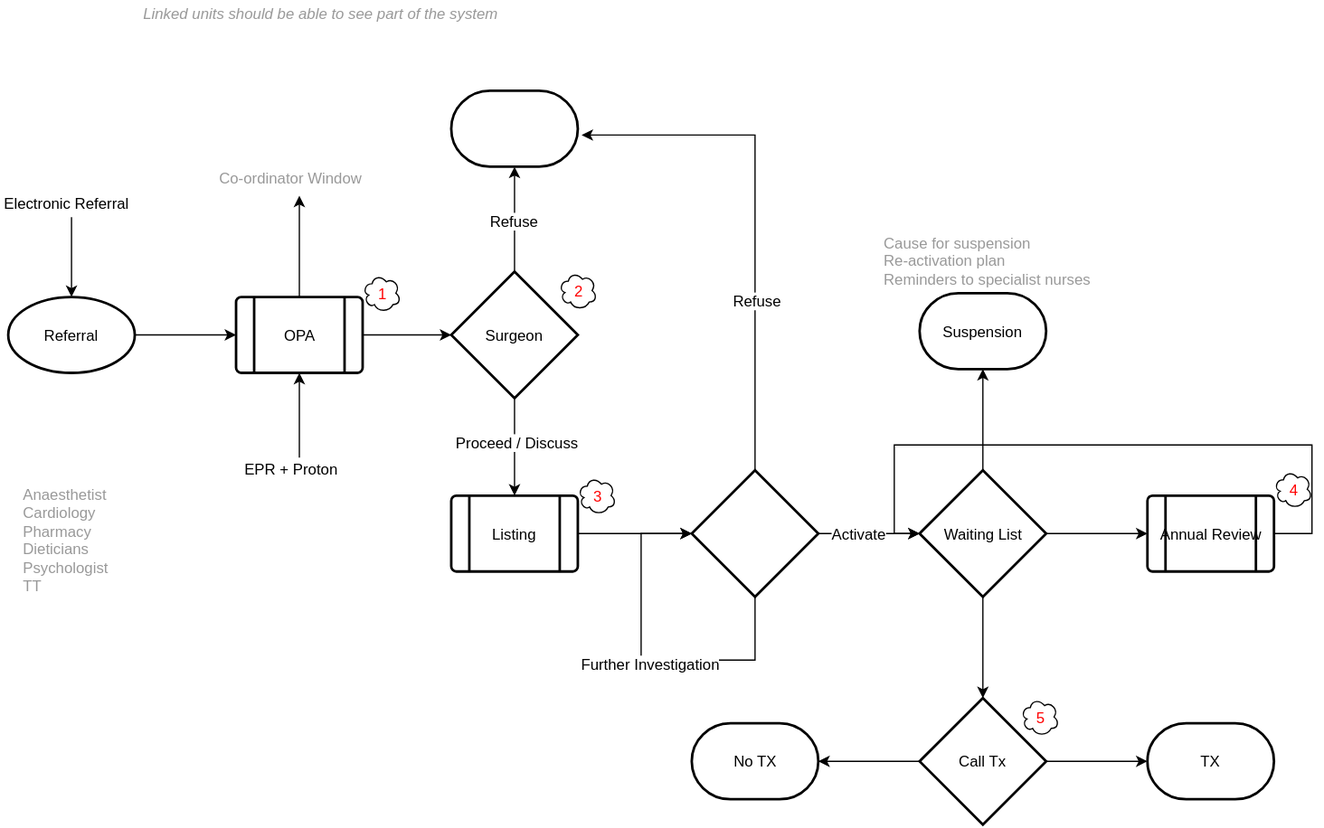
Earlier version of the draw.io export docs/_static/transplant_epr/iq_requirements/IQ_Diagram1.svg (ouhft/diakonia-open). Source tidied: cells renumbered, new cells last; positions are measured from the earlier drawing's top-left corner, leaving out a move shared by most shapes.
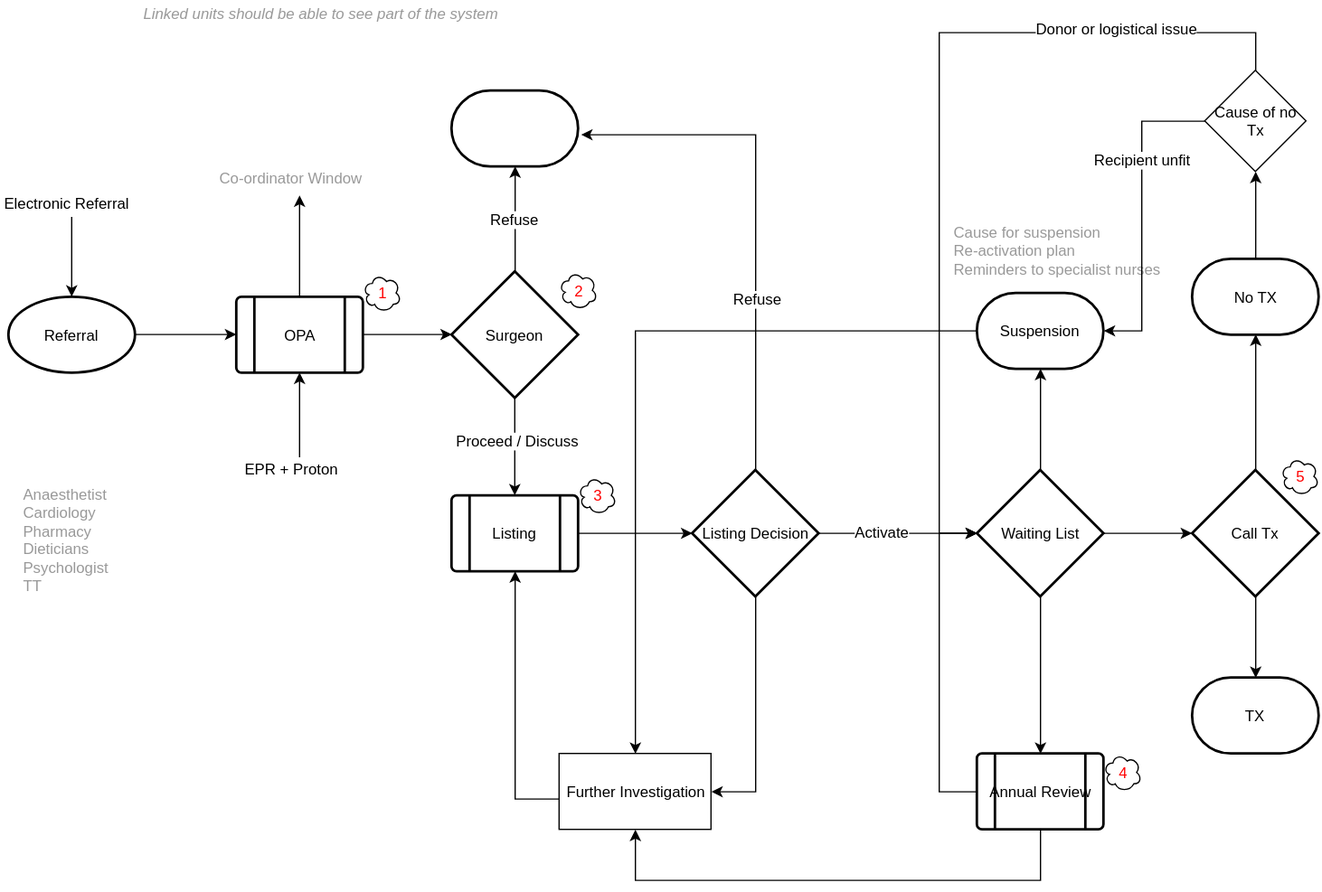
The same file after the commit.

The edit, as a diff of the source:
```diff
@@ -53,47 +53,47 @@
     <mxCell id="16" value="Refuse" style="text;html=1;align=center;verticalAlign=middle;labelBackgroundColor=#ffffff;" parent="15" vertex="1">
       <mxGeometry x="-0.33" y="-1" relative="1" as="geometry" />
     </mxCell>
-    <mxCell id="17" style="edgeStyle=orthogonalEdgeStyle;rounded=0;html=1;jettySize=auto;orthogonalLoop=1;entryX=0;entryY=0.5;entryPerimeter=0;" parent="1" edge="1" source="21" target="21">
+    <mxCell id="17" style="edgeStyle=orthogonalEdgeStyle;rounded=0;html=1;jettySize=auto;entryX=1;entryY=0.5;exitX=0.5;exitY=1;exitPerimeter=0;" parent="1" edge="1" source="21" target="18">
       <mxGeometry relative="1" as="geometry">
         <Array as="points">
-          <mxPoint x="595" y="520" />
-          <mxPoint x="505" y="520" />
-          <mxPoint x="505" y="420" />
+          <mxPoint x="595" y="624" />
         </Array>
       </mxGeometry>
     </mxCell>
-    <mxCell id="18" value="Further Investigation" style="text;html=1;points=[];align=center;verticalAlign=middle;labelBackgroundColor=#ffffff;" parent="17" vertex="1">
-      <mxGeometry x="-0.05" y="2" relative="1" as="geometry" />
-    </mxCell>
-    <mxCell id="19" style="edgeStyle=orthogonalEdgeStyle;rounded=0;html=1;jettySize=auto;" parent="1" edge="1" source="21" target="25">
-      <mxGeometry relative="1" as="geometry" />
+    <mxCell id="19" style="edgeStyle=orthogonalEdgeStyle;rounded=0;html=1;jettySize=auto;exitX=1;exitY=0.5;exitPerimeter=0;" parent="1" edge="1" source="21" target="25">
+      <mxGeometry relative="1" as="geometry">
+        <Array as="points">
+          <mxPoint x="650" y="420" />
+          <mxPoint x="650" y="420" />
+        </Array>
+      </mxGeometry>
     </mxCell>
     <mxCell id="20" value="Activate" style="text;html=1;align=center;verticalAlign=middle;labelBackgroundColor=#ffffff;fontColor=#000000;" parent="19" vertex="1">
       <mxGeometry x="-0.2" y="1" relative="1" as="geometry" />
     </mxCell>
-    <mxCell id="21" style="strokeWidth=2;html=1;shape=mxgraph.flowchart.decision;whiteSpace=wrap;" parent="1" vertex="1">
+    <mxCell id="21" value="Listing Decision" style="strokeWidth=2;html=1;shape=mxgraph.flowchart.decision;whiteSpace=wrap;" parent="1" vertex="1">
       <mxGeometry x="545" y="370" width="100" height="100" as="geometry" />
     </mxCell>
     <mxCell id="22" style="edgeStyle=orthogonalEdgeStyle;rounded=0;html=1;jettySize=auto;fontColor=#000000;entryX=0.5;entryY=1;entryPerimeter=0;" parent="1" edge="1" source="25" target="35">
       <mxGeometry relative="1" as="geometry" />
     </mxCell>
-    <mxCell id="23" style="edgeStyle=orthogonalEdgeStyle;rounded=0;html=1;jettySize=auto;fontColor=#000000;entryX=0;entryY=0.5;entryPerimeter=0;" parent="1" edge="1" source="25" target="37">
+    <mxCell id="23" style="edgeStyle=orthogonalEdgeStyle;rounded=0;html=1;jettySize=auto;fontColor=#000000;entryX=0.5;entryY=0;entryPerimeter=0;" parent="1" edge="1" source="25" target="37">
       <mxGeometry relative="1" as="geometry" />
     </mxCell>
     <mxCell id="24" style="edgeStyle=orthogonalEdgeStyle;rounded=0;html=1;jettySize=auto;fontColor=#000000;" parent="1" edge="1" source="25" target="28">
       <mxGeometry relative="1" as="geometry" />
     </mxCell>
     <mxCell id="25" value="Waiting List" style="strokeWidth=2;html=1;shape=mxgraph.flowchart.decision;whiteSpace=wrap;" parent="1" vertex="1">
-      <mxGeometry x="725" y="370" width="100" height="100" as="geometry" />
+      <mxGeometry x="770" y="370" width="100" height="100" as="geometry" />
     </mxCell>
-    <mxCell id="26" style="edgeStyle=orthogonalEdgeStyle;rounded=0;html=1;jettySize=auto;fontColor=#999999;entryX=0;entryY=0.5;entryPerimeter=0;" parent="1" edge="1" source="28" target="39">
+    <mxCell id="26" style="edgeStyle=orthogonalEdgeStyle;rounded=0;html=1;jettySize=auto;fontColor=#999999;entryX=0.5;entryY=0;entryPerimeter=0;" parent="1" edge="1" source="28" target="39">
       <mxGeometry relative="1" as="geometry" />
     </mxCell>
-    <mxCell id="27" style="edgeStyle=orthogonalEdgeStyle;rounded=0;html=1;jettySize=auto;fontColor=#999999;entryX=1;entryY=0.5;entryPerimeter=0;" parent="1" edge="1" source="28" target="40">
+    <mxCell id="27" style="edgeStyle=orthogonalEdgeStyle;rounded=0;html=1;jettySize=auto;fontColor=#999999;entryX=0.5;entryY=1;entryPerimeter=0;" parent="1" edge="1" source="28" target="40">
       <mxGeometry relative="1" as="geometry" />
     </mxCell>
     <mxCell id="28" value="Call Tx" style="strokeWidth=2;html=1;shape=mxgraph.flowchart.decision;whiteSpace=wrap;" parent="1" vertex="1">
-      <mxGeometry x="725" y="550" width="100" height="100" as="geometry" />
+      <mxGeometry x="940" y="370" width="100" height="100" as="geometry" />
     </mxCell>
     <mxCell id="29" style="edgeStyle=orthogonalEdgeStyle;rounded=0;html=1;jettySize=auto;" parent="1" edge="1" source="30" target="5">
       <mxGeometry relative="1" as="geometry" />
@@ -113,30 +113,46 @@
     <mxCell id="34" value="Anaesthetist&lt;div&gt;Cardiology&lt;/div&gt;&lt;div&gt;Pharmacy&lt;/div&gt;&lt;div&gt;Dieticians&lt;/div&gt;&lt;div&gt;Psychologist&lt;/div&gt;&lt;div&gt;TT&lt;/div&gt;" style="text;html=1;align=left;verticalAlign=top;spacingTop=-4;fontColor=#999999;" parent="1" vertex="1">
       <mxGeometry x="15" y="380" width="80" height="90" as="geometry" />
     </mxCell>
+    <mxCell id="47" style="edgeStyle=orthogonalEdgeStyle;rounded=0;html=1;jettySize=auto;fontColor=#000000;entryX=0.5;entryY=0;exitX=0;exitY=0.5;exitPerimeter=0;" parent="1" edge="1" source="35" target="18">
+      <mxGeometry relative="1" as="geometry">
+        <Array as="points">
+          <mxPoint x="500" y="260" />
+        </Array>
+      </mxGeometry>
+    </mxCell>
     <mxCell id="35" value="Suspension" style="strokeWidth=2;html=1;shape=mxgraph.flowchart.terminator;whiteSpace=wrap;fontColor=#000000;" parent="1" vertex="1">
-      <mxGeometry x="725" y="230" width="100" height="60" as="geometry" />
+      <mxGeometry x="770" y="230" width="100" height="60" as="geometry" />
     </mxCell>
-    <mxCell id="36" style="edgeStyle=orthogonalEdgeStyle;rounded=0;html=1;jettySize=auto;fontColor=#000000;entryX=0;entryY=0.5;entryPerimeter=0;" parent="1" edge="1" source="37" target="25">
+    <mxCell id="36" style="edgeStyle=orthogonalEdgeStyle;rounded=0;html=1;jettySize=auto;fontColor=#000000;entryX=0;entryY=0.5;entryPerimeter=0;exitX=0;exitY=0.5;exitPerimeter=0;" parent="1" edge="1" source="37" target="25">
       <mxGeometry relative="1" as="geometry">
         <Array as="points">
-          <mxPoint x="1035" y="420" />
-          <mxPoint x="1035" y="350" />
-          <mxPoint x="705" y="350" />
-          <mxPoint x="705" y="420" />
+          <mxPoint x="740" y="624" />
+          <mxPoint x="740" y="420" />
         </Array>
       </mxGeometry>
     </mxCell>
+    <mxCell id="48" style="edgeStyle=orthogonalEdgeStyle;rounded=0;html=1;jettySize=auto;fontColor=#000000;entryX=0.5;entryY=1;exitX=0.5;exitY=1;exitPerimeter=0;" parent="1" edge="1" source="37" target="18">
+      <mxGeometry relative="1" as="geometry">
+        <Array as="points">
+          <mxPoint x="820" y="694" />
+          <mxPoint x="500" y="694" />
+        </Array>
+      </mxGeometry>
+    </mxCell>
     <mxCell id="37" value="Annual Review" style="strokeWidth=2;html=1;shape=mxgraph.flowchart.predefined_process;whiteSpace=wrap;fontColor=#000000;" parent="1" vertex="1">
-      <mxGeometry x="905" y="390" width="100" height="60" as="geometry" />
+      <mxGeometry x="770" y="594" width="100" height="60" as="geometry" />
     </mxCell>
     <mxCell id="38" value="Cause for suspension&lt;div&gt;Re-activation plan&lt;/div&gt;&lt;div&gt;Reminders to specialist nurses&lt;/div&gt;" style="text;html=1;align=left;verticalAlign=top;spacingTop=-4;fontColor=#999999;" parent="1" vertex="1">
-      <mxGeometry x="695" y="181" width="180" height="40" as="geometry" />
+      <mxGeometry x="750" y="173" width="180" height="40" as="geometry" />
     </mxCell>
     <mxCell id="39" value="&lt;font color=&quot;#000000&quot;&gt;TX&lt;/font&gt;" style="strokeWidth=2;html=1;shape=mxgraph.flowchart.terminator;whiteSpace=wrap;fontColor=#999999;" parent="1" vertex="1">
-      <mxGeometry x="905" y="570" width="100" height="60" as="geometry" />
+      <mxGeometry x="940" y="534" width="100" height="60" as="geometry" />
     </mxCell>
+    <mxCell id="49" style="edgeStyle=orthogonalEdgeStyle;rounded=0;html=1;jettySize=auto;fontColor=#000000;entryX=0.5;entryY=1;" parent="1" edge="1" source="40" target="55">
+      <mxGeometry relative="1" as="geometry" />
+    </mxCell>
     <mxCell id="40" value="&lt;font color=&quot;#000000&quot;&gt;No TX&lt;/font&gt;" style="strokeWidth=2;html=1;shape=mxgraph.flowchart.terminator;whiteSpace=wrap;fontColor=#999999;" parent="1" vertex="1">
-      <mxGeometry x="545" y="570" width="100" height="60" as="geometry" />
+      <mxGeometry x="940" y="203" width="100" height="60" as="geometry" />
     </mxCell>
     <mxCell id="41" value="Co-ordinator Window" style="text;html=1;align=left;verticalAlign=top;spacingTop=-4;fontColor=#999999;" parent="1" vertex="1">
       <mxGeometry x="170" y="130" width="130" height="20" as="geometry" />
@@ -151,10 +167,50 @@
       <mxGeometry x="455" y="375" width="30" height="30" as="geometry" />
     </mxCell>
     <mxCell id="45" value="4" style="ellipse;shape=cloud;whiteSpace=wrap;html=1;fontColor=#FF0000;" parent="1" vertex="1">
-      <mxGeometry x="1005" y="370" width="30" height="30" as="geometry" />
+      <mxGeometry x="870" y="594" width="30" height="30" as="geometry" />
     </mxCell>
     <mxCell id="46" value="5" style="ellipse;shape=cloud;whiteSpace=wrap;html=1;fontColor=#FF0000;" parent="1" vertex="1">
-      <mxGeometry x="805" y="550" width="30" height="30" as="geometry" />
+      <mxGeometry x="1010" y="360" width="30" height="30" as="geometry" />
     </mxCell>
+    <mxCell id="50" style="edgeStyle=orthogonalEdgeStyle;rounded=0;html=1;jettySize=auto;fontColor=#000000;entryX=0.5;entryY=1;entryPerimeter=0;exitX=0.008;exitY=0.6;exitPerimeter=0;" parent="1" edge="1" source="18" target="13">
+      <mxGeometry relative="1" as="geometry">
+        <Array as="points">
+          <mxPoint x="405" y="630" />
+        </Array>
+      </mxGeometry>
+    </mxCell>
+    <mxCell id="18" value="Further Investigation" style="whiteSpace=wrap;html=1;fontColor=#000000;" parent="1" vertex="1">
+      <mxGeometry x="440" y="594" width="120" height="60" as="geometry" />
+    </mxCell>
+    <mxCell id="51" style="edgeStyle=orthogonalEdgeStyle;rounded=0;html=1;jettySize=auto;fontColor=#000000;entryX=0;entryY=0.5;entryPerimeter=0;exitX=0.5;exitY=0;" parent="1" edge="1" source="55" target="25">
+      <mxGeometry relative="1" as="geometry">
+        <Array as="points">
+          <mxPoint x="990" y="24" />
+          <mxPoint x="740" y="24" />
+          <mxPoint x="740" y="420" />
+        </Array>
+      </mxGeometry>
+    </mxCell>
+    <mxCell id="52" value="Donor or logistical issue" style="text;html=1;align=center;verticalAlign=middle;labelBackgroundColor=#ffffff;fontColor=#000000;" parent="51" vertex="1">
+      <mxGeometry x="-0.3" y="2" relative="1" as="geometry">
+        <mxPoint x="108" y="-6" as="offset" />
+      </mxGeometry>
+    </mxCell>
+    <mxCell id="53" style="edgeStyle=orthogonalEdgeStyle;rounded=0;html=1;jettySize=auto;fontColor=#000000;entryX=1;entryY=0.5;entryPerimeter=0;" parent="1" edge="1" source="55" target="35">
+      <mxGeometry relative="1" as="geometry">
+        <Array as="points">
+          <mxPoint x="900" y="94" />
+          <mxPoint x="900" y="260" />
+        </Array>
+      </mxGeometry>
+    </mxCell>
+    <mxCell id="54" value="Recipient unfit" style="text;html=1;align=center;verticalAlign=middle;labelBackgroundColor=#ffffff;fontColor=#000000;" parent="53" vertex="1">
+      <mxGeometry x="-0.73" y="-4" relative="1" as="geometry">
+        <mxPoint x="-17" y="34" as="offset" />
+      </mxGeometry>
+    </mxCell>
+    <mxCell id="55" value="Cause of no Tx" style="rhombus;whiteSpace=wrap;html=1;fontColor=#000000;" parent="1" vertex="1">
+      <mxGeometry x="950" y="54" width="80" height="80" as="geometry" />
+    </mxCell>
   </root>
 </mxGraphModel>
```
